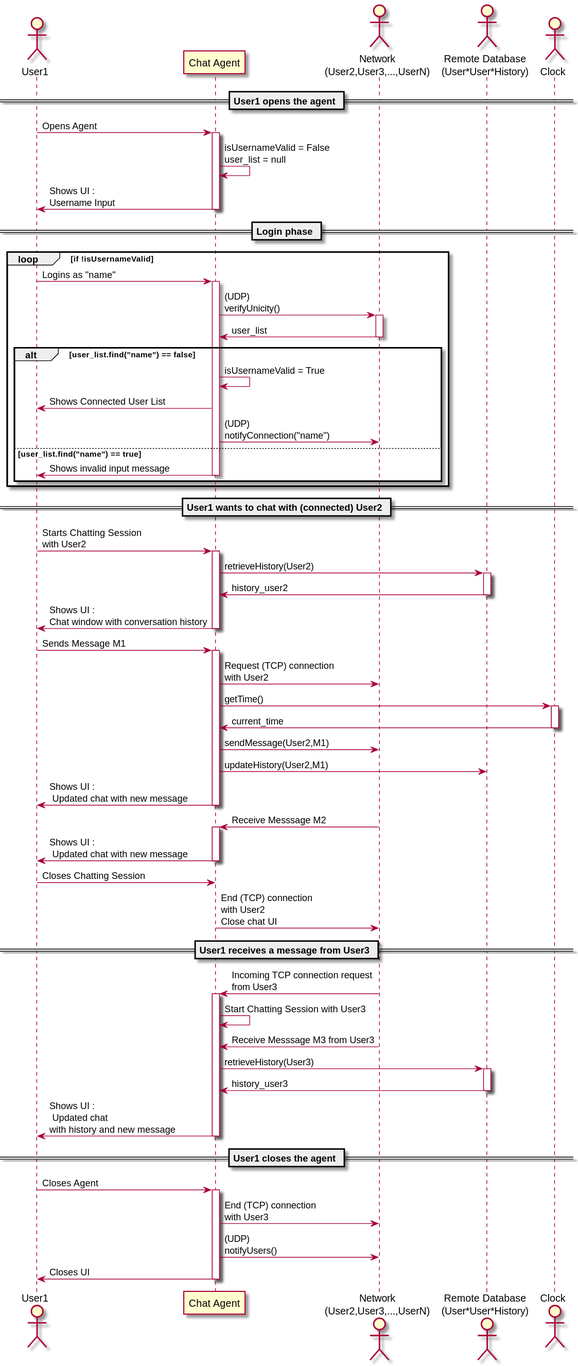
scanim-valentin/decentralized-chat-system keeps this PlantUML diagram as PlantUML/sequence_black_box.svg. Above is the earlier version. Source of this version:
```plantuml
@startuml sequence_black_box
actor User1 as User
participant "Chat Agent" as chatAgent
actor "Network\n(User2,User3,...,UserN)" as Network
actor "Remote Database\n(User*User*History)" as db
actor "Clock" as Clock

== User1 opens the agent ==

User -> chatAgent ++ : Opens Agent
  chatAgent -> chatAgent : isUsernameValid = False\nuser_list = null
chatAgent -> User -- : Shows UI :\nUsername Input

== Login phase ==

loop if !isUsernameValid
User -> chatAgent ++ : Logins as "name"

chatAgent -> Network ++ : (UDP)\nverifyUnicity()
Network -> chatAgent -- : user_list

alt user_list.find("name") == false
chatAgent -> chatAgent : isUsernameValid = True
User <- chatAgent : Shows Connected User List
chatAgent -> Network : (UDP)\nnotifyConnection("name")
    else user_list.find("name") == true
User <- chatAgent -- : Shows invalid input message
    end
end

== User1 wants to chat with (connected) User2 ==

User -> chatAgent ++ : Starts Chatting Session\nwith User2
  chatAgent -> db ++ : retrieveHistory(User2)
  db -> chatAgent -- : history_user2
chatAgent -> User -- : Shows UI :\nChat window with conversation history

User -> chatAgent ++ : Sends Message M1
  chatAgent -> Network : Request (TCP) connection\nwith User2
  chatAgent -> Clock ++ : getTime()
  Clock -> chatAgent -- : current_time
  chatAgent -> Network : sendMessage(User2,M1)
  chatAgent -> db : updateHistory(User2,M1)
chatAgent -> User -- : Shows UI :\n Updated chat with new message

Network -> chatAgent ++ : Receive Messsage M2
chatAgent -> User -- : Shows UI :\n Updated chat with new message

User -> chatAgent : Closes Chatting Session
chatAgent -> Network : End (TCP) connection\nwith User2\nClose chat UI

== User1 receives a message from User3 ==

Network -> chatAgent ++ : Incoming TCP connection request\nfrom User3
chatAgent -> chatAgent : Start Chatting Session with User3
Network -> chatAgent : Receive Messsage M3 from User3

  chatAgent -> db ++ : retrieveHistory(User3)
  db -> chatAgent -- : history_user3
chatAgent -> User -- : Shows UI :\n Updated chat\nwith history and new message

== User1 closes the agent ==

User -> chatAgent ++ : Closes Agent
  chatAgent -> Network : End (TCP) connection\nwith User3
  chatAgent -> Network : (UDP)\nnotifyUsers()
chatAgent -> User -- : Closes UI

@enduml
```
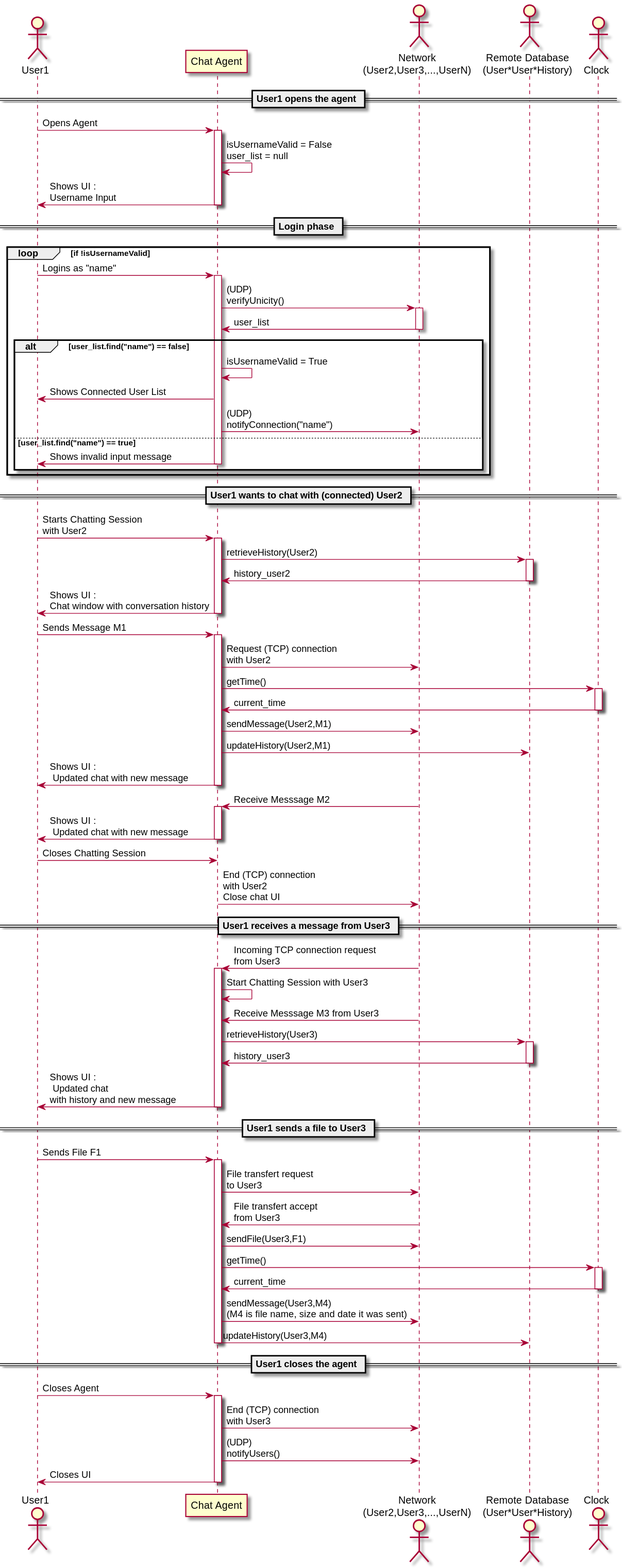
After the change.

Commit message:
added file transfert usecase

What changed in the source:
```diff
@@ -59,6 +59,15 @@
   db -> chatAgent -- : history_user3
 chatAgent -> User -- : Shows UI :\n Updated chat\nwith history and new message
 
+== User1 sends a file to User3 ==
+User -> chatAgent ++ : Sends File F1
+chatAgent -> Network : File transfert request\nto User3
+Network -> chatAgent : File transfert accept\nfrom User3
+chatAgent -> Network : sendFile(User3,F1)
+chatAgent -> Clock ++ : getTime()
+Clock -> chatAgent -- : current_time
+chatAgent -> Network : sendMessage(User3,M4)\n(M4 is file name, size and date it was sent)
+chatAgent -> db -- : updateHistory(User3,M4)
 == User1 closes the agent ==
 
 User -> chatAgent ++ : Closes Agent
```
